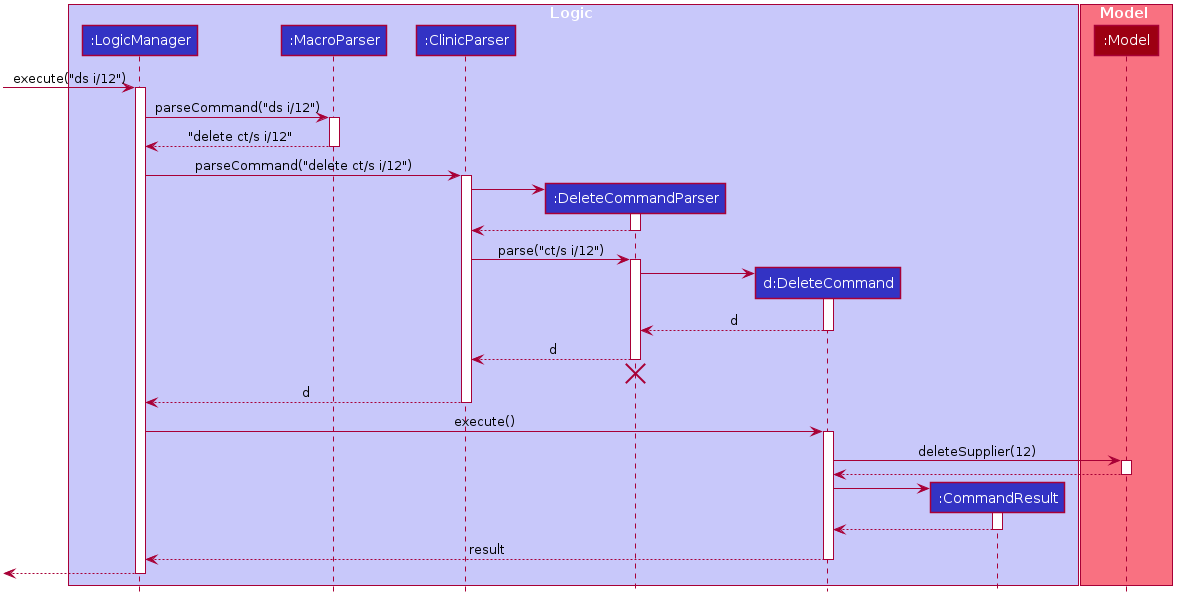
tohyuting/tp keeps this PlantUML diagram as docs/images/DeleteSequenceDiagram.png. Above is the earlier version.
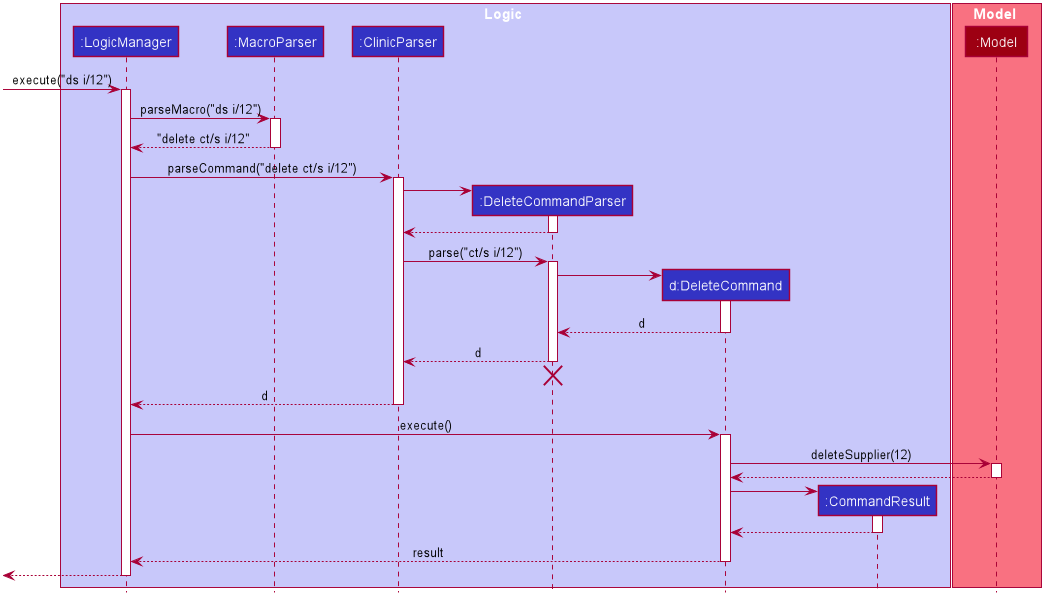
The same file after the commit.

The edit, as a diff of the source:
```diff
@@ -64,7 +64,7 @@
 [-> LogicManager : execute("ds i/12")
 activate LogicManager
 
-LogicManager -> MacroParser : parseCommand("ds i/12")
+LogicManager -> MacroParser : parseMacro("ds i/12")
 activate MacroParser
 
 MacroParser --> LogicManager : "delete ct/s i/12"
```
